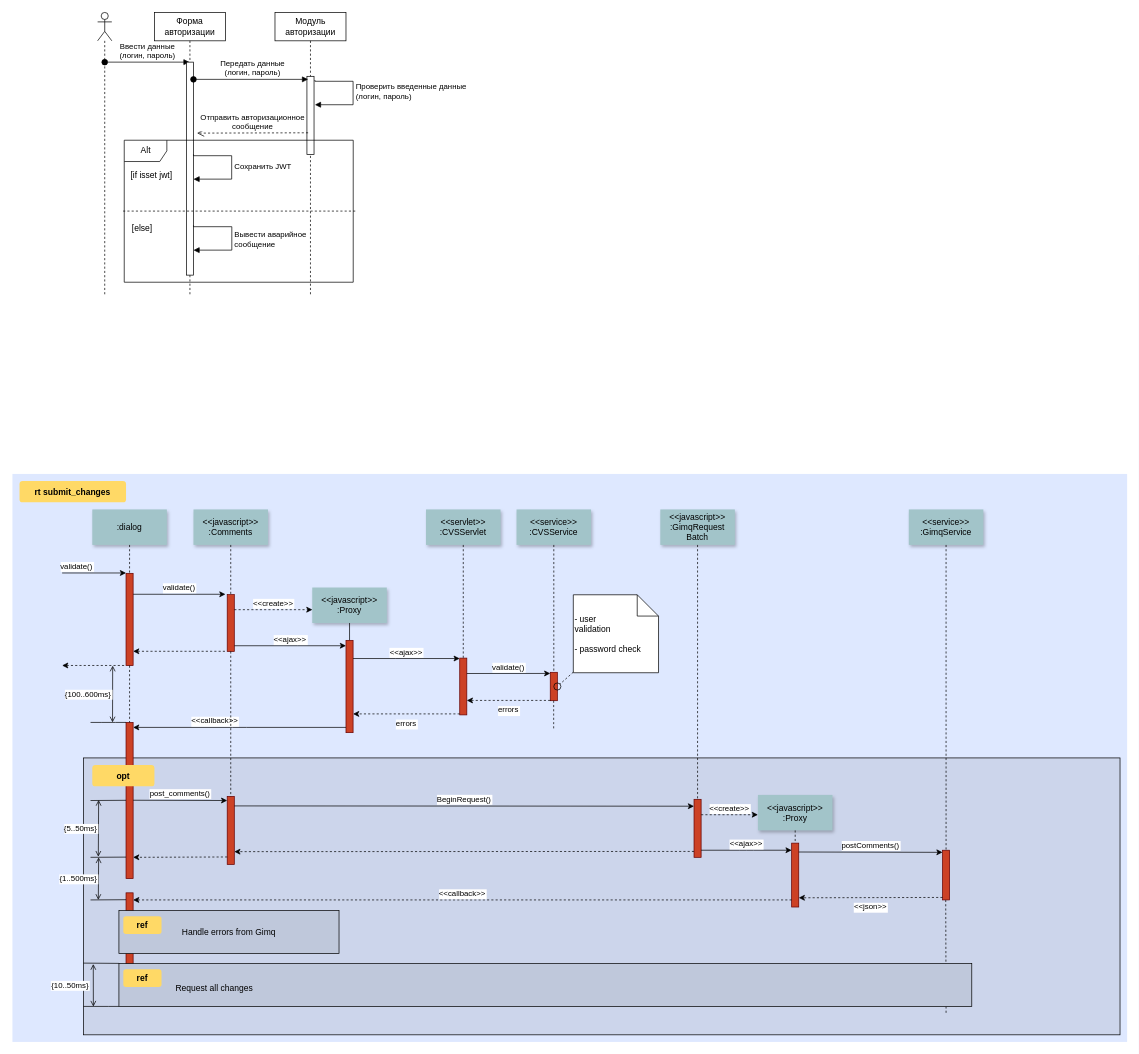
Above: Текст/Диаграмма последовательности.drawio in gtcoda/ARAS (draw.io), before the change. Source tidied: cells renumbered, new cells numbered last; positions are measured from the earlier drawing's top-left corner, leaving out a move shared by most shapes. Both pictures are drawn from the tidied source at 71%, with x=0, y=0 at pixel (12, 12).
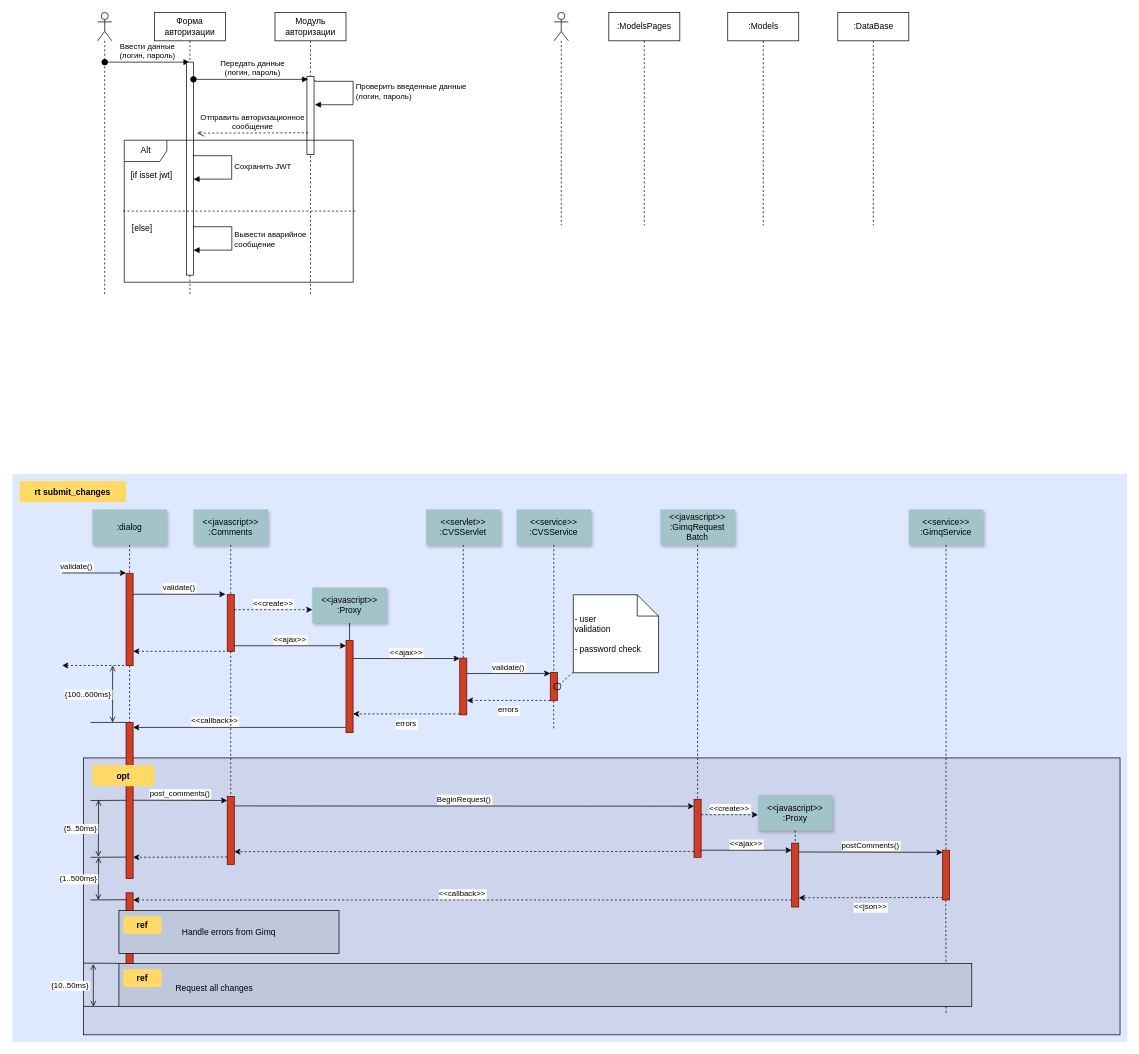
After the change.

Commit message (it also covers changes not shown here):
UML диаграммы последовательности

What changed in the source:
```diff
@@
+    <mxCell id="90" value=":ModelsPages" style="shape=umlLifeline;perimeter=lifelinePerimeter;whiteSpace=wrap;html=1;" parent="1" vertex="1">
+      <mxGeometry x="840" width="100" height="300" as="geometry" />
+    </mxCell>
+    <mxCell id="91" value=":Models" style="shape=umlLifeline;perimeter=lifelinePerimeter;whiteSpace=wrap;html=1;" parent="1" vertex="1">
+      <mxGeometry x="1007.5" width="100" height="300" as="geometry" />
+    </mxCell>
+    <mxCell id="92" value=":DataBase" style="shape=umlLifeline;perimeter=lifelinePerimeter;whiteSpace=wrap;html=1;" parent="1" vertex="1">
+      <mxGeometry x="1162.5" width="100" height="300" as="geometry" />
+    </mxCell>
+    <mxCell id="93" style="shape=umlLifeline;participant=umlActor;perimeter=lifelinePerimeter;whiteSpace=wrap;html=1;verticalAlign=top;spacingTop=36;" parent="1" vertex="1">
+      <mxGeometry x="763" width="20" height="300" as="geometry" />
+    </mxCell>
```
